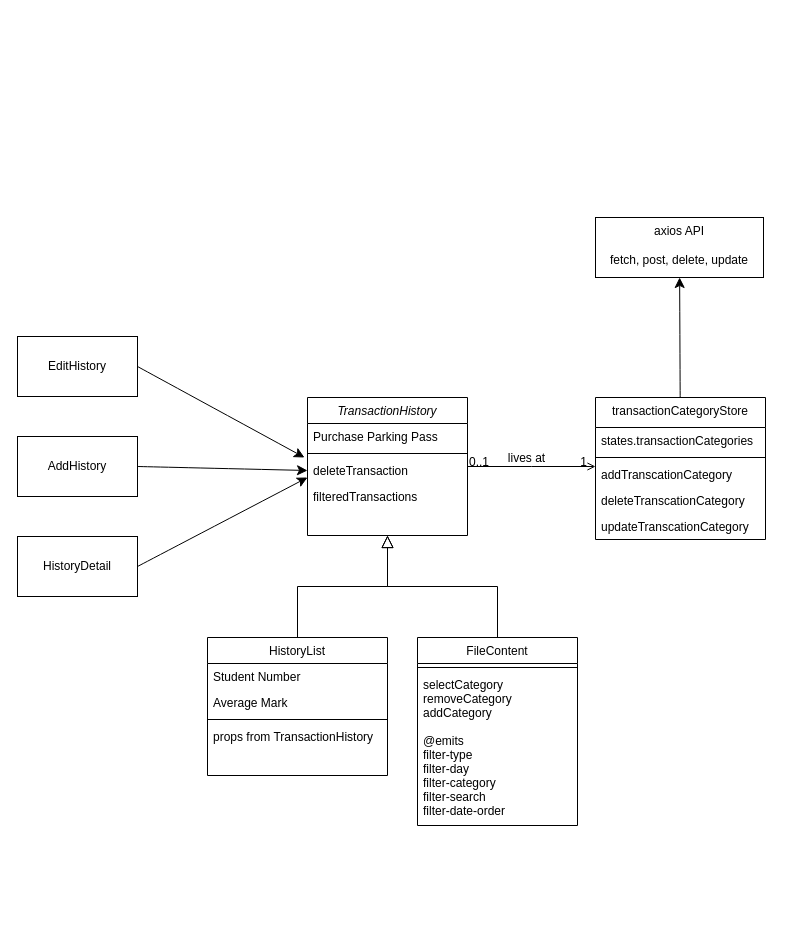
This is src/Untitled Diagram.drawio from Ahranah/vue-skeleton, a draw.io file, before an edit. Source tidied: cells renumbered, new cells numbered last; positions are measured from the earlier drawing's top-left corner, leaving out a move shared by most shapes. Both pictures are drawn from the tidied source at 100%, with x=0, y=0 at pixel (17, 217).
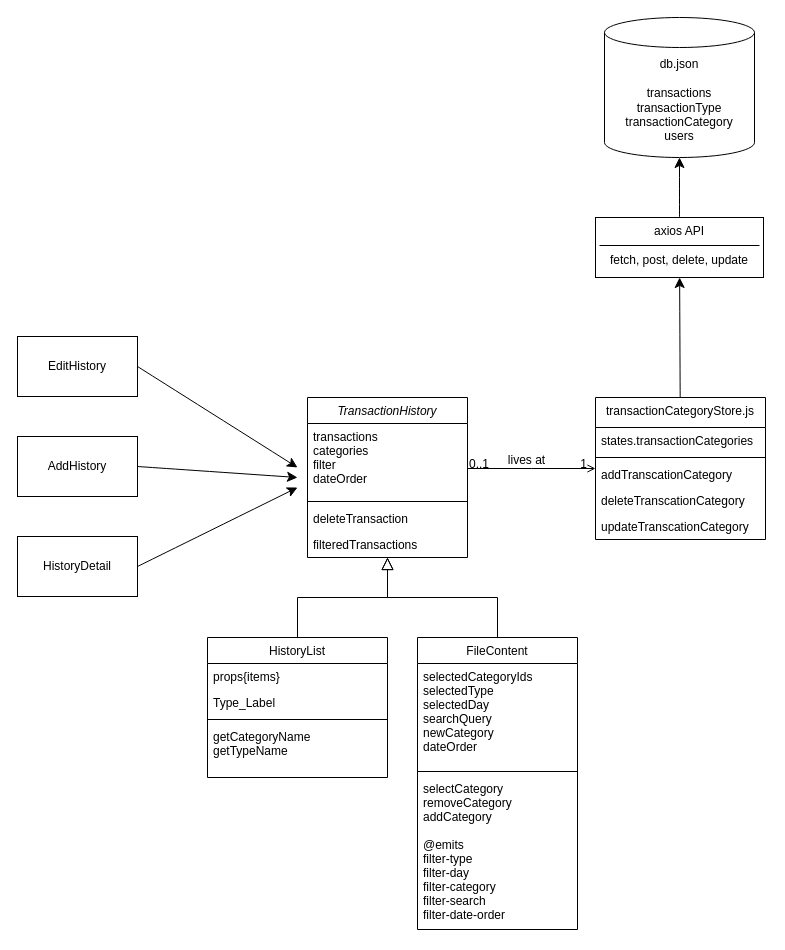
The same page after the edit.

Unchanged cells that the change refers to:
```xml
<mxCell id="28" value="axios API&lt;div&gt;&lt;br&gt;&lt;div&gt;fetch, post, delete, update&lt;/div&gt;&lt;/div&gt;" style="whiteSpace=wrap;html=1;verticalAlign=top;fontStyle=0;startSize=26;horizontal=1;rounded=0;shadow=0;strokeWidth=1;" parent="1" vertex="1">
  <mxGeometry x="578" width="168" height="60" as="geometry" />
</mxCell>
<mxCell id="29" value="AddHistory" style="rounded=0;whiteSpace=wrap;html=1;" parent="1" vertex="1">
  <mxGeometry y="219" width="120" height="60" as="geometry" />
</mxCell>
<mxCell id="30" value="EditHistory" style="rounded=0;whiteSpace=wrap;html=1;" parent="1" vertex="1">
  <mxGeometry y="119" width="120" height="60" as="geometry" />
</mxCell>
<mxCell id="32" value="HistoryDetail" style="rounded=0;whiteSpace=wrap;html=1;" parent="1" vertex="1">
  <mxGeometry y="319" width="120" height="60" as="geometry" />
</mxCell>
```

What changed in the source:
```diff
@@
     <mxCell id="2" value="TransactionHistory" style="swimlane;fontStyle=2;align=center;verticalAlign=top;horizontal=1;startSize=26;rounded=0;shadow=0;strokeWidth=1;" parent="1" vertex="1">
-      <mxGeometry x="290" y="180" width="160" height="138" as="geometry" />
+      <mxGeometry x="290" y="180" width="160" height="160" as="geometry" />
     </mxCell>
-    <mxCell id="3" value="Purchase Parking Pass" style="text;align=left;verticalAlign=top;spacingLeft=4;spacingRight=4;overflow=hidden;" parent="2" vertex="1">
-      <mxGeometry y="26" width="160" height="26" as="geometry" />
+    <mxCell id="3" value="transactions&#10;categories&#10;filter&#10;dateOrder" style="text;align=left;verticalAlign=top;spacingLeft=4;spacingRight=4;overflow=hidden;" parent="2" vertex="1">
+      <mxGeometry y="26" width="160" height="74" as="geometry" />
     </mxCell>
     <mxCell id="4" style="line;html=1;strokeWidth=1;align=left;verticalAlign=middle;spacingTop=-1;spacingLeft=3;spacingRight=3;labelPosition=right;" parent="2" vertex="1">
-      <mxGeometry y="52" width="160" height="8" as="geometry" />
+      <mxGeometry y="100" width="160" height="8" as="geometry" />
     </mxCell>
     <mxCell id="5" value="deleteTransaction" style="text;align=left;verticalAlign=top;spacingLeft=4;spacingRight=4;overflow=hidden;points=[[0,0.5],[1,0.5]];portConstraint=eastwest;rounded=0;shadow=0;html=0;" parent="2" vertex="1">
-      <mxGeometry y="60" width="160" height="26" as="geometry" />
+      <mxGeometry y="108" width="160" height="26" as="geometry" />
     </mxCell>
     <mxCell id="6" value="filteredTransactions" style="text;align=left;verticalAlign=top;spacingLeft=4;spacingRight=4;overflow=hidden;" parent="2" vertex="1">
-      <mxGeometry y="86" width="160" height="26" as="geometry" />
+      <mxGeometry y="134" width="160" height="26" as="geometry" />
     </mxCell>
     <mxCell id="7" value="HistoryList" style="swimlane;fontStyle=0;align=center;verticalAlign=top;horizontal=1;startSize=26;rounded=0;shadow=0;strokeWidth=1;" parent="1" vertex="1">
-      <mxGeometry x="190" y="420" width="180" height="138" as="geometry" />
+      <mxGeometry x="190" y="420" width="180" height="140" as="geometry" />
     </mxCell>
+    <mxCell id="11" value="props{items}" style="text;align=left;verticalAlign=top;spacingLeft=4;spacingRight=4;overflow=hidden;" parent="7" vertex="1">
+      <mxGeometry y="26" width="180" height="26" as="geometry" />
+    </mxCell>
-    <mxCell id="8" value="Student Number" style="text;align=left;verticalAlign=top;spacingLeft=4;spacingRight=4;overflow=hidden;" parent="7" vertex="1">
-      <mxGeometry y="26" width="180" height="26" as="geometry" />
+    <mxCell id="8" value="Type_Label" style="text;align=left;verticalAlign=top;spacingLeft=4;spacingRight=4;overflow=hidden;" parent="7" vertex="1">
+      <mxGeometry y="52" width="180" height="26" as="geometry" />
     </mxCell>
+    <mxCell id="10" style="line;html=1;strokeWidth=1;align=left;verticalAlign=middle;spacingTop=-1;spacingLeft=3;spacingRight=3;labelPosition=right;" parent="7" vertex="1">
+      <mxGeometry y="78" width="180" height="8" as="geometry" />
+    </mxCell>
-    <mxCell id="9" value="Average Mark" style="text;align=left;verticalAlign=top;spacingLeft=4;spacingRight=4;overflow=hidden;rounded=0;shadow=0;html=0;" parent="7" vertex="1">
-      <mxGeometry y="52" width="180" height="26" as="geometry" />
+    <mxCell id="9" value="getCategoryName&#10;getTypeName&#10;" style="text;align=left;verticalAlign=top;spacingLeft=4;spacingRight=4;overflow=hidden;rounded=0;shadow=0;html=0;" parent="7" vertex="1">
+      <mxGeometry y="86" width="180" height="54" as="geometry" />
     </mxCell>
-    <mxCell id="10" style="line;html=1;strokeWidth=1;align=left;verticalAlign=middle;spacingTop=-1;spacingLeft=3;spacingRight=3;labelPosition=right;" parent="7" vertex="1">
-      <mxGeometry y="78" width="180" height="8" as="geometry" />
-    </mxCell>
-    <mxCell id="11" value="props from TransactionHistory" style="text;align=left;verticalAlign=top;spacingLeft=4;spacingRight=4;overflow=hidden;" parent="7" vertex="1">
-      <mxGeometry y="86" width="180" height="26" as="geometry" />
-    </mxCell>
@@
     <mxCell id="13" value="FileContent" style="swimlane;fontStyle=0;align=center;verticalAlign=top;horizontal=1;startSize=26;rounded=0;shadow=0;strokeWidth=1;" parent="1" vertex="1">
-      <mxGeometry x="400" y="420" width="160" height="188" as="geometry" />
+      <mxGeometry x="400" y="420" width="160" height="292" as="geometry" />
     </mxCell>
+    <mxCell id="35" value="selectedCategoryIds&#10;selectedType&#10;selectedDay&#10;searchQuery&#10;newCategory&#10;dateOrder&#10;&#10;" style="text;align=left;verticalAlign=top;spacingLeft=4;spacingRight=4;overflow=hidden;" parent="13" vertex="1">
+      <mxGeometry y="26" width="160" height="104" as="geometry" />
+    </mxCell>
     <mxCell id="14" value="&amp;nbsp;" style="line;html=1;strokeWidth=1;align=left;verticalAlign=middle;spacingTop=-1;spacingLeft=3;spacingRight=3;labelPosition=right;" parent="13" vertex="1">
-      <mxGeometry y="26" width="160" height="8" as="geometry" />
+      <mxGeometry y="130" width="160" height="8" as="geometry" />
     </mxCell>
     <mxCell id="15" value="selectCategory&#10;removeCategory&#10;addCategory&#10;&#10;@emits&#10;filter-type&#10;filter-day&#10;filter-category&#10;filter-search&#10;filter-date-order&#10;" style="text;align=left;verticalAlign=top;spacingLeft=4;spacingRight=4;overflow=hidden;" parent="13" vertex="1">
-      <mxGeometry y="34" width="160" height="154" as="geometry" />
+      <mxGeometry y="138" width="160" height="154" as="geometry" />
     </mxCell>
@@
-    <mxCell id="18" value="transactionCategoryStore" style="swimlane;fontStyle=0;align=center;verticalAlign=top;horizontal=1;startSize=30;rounded=0;shadow=0;strokeWidth=1;" parent="1" vertex="1">
+    <mxCell id="18" value="transactionCategoryStore.js" style="swimlane;fontStyle=0;align=center;verticalAlign=top;horizontal=1;startSize=30;rounded=0;shadow=0;strokeWidth=1;" parent="1" vertex="1">
       <mxGeometry x="578" y="180" width="170" height="142" as="geometry" />
     </mxCell>
@@
     <mxCell id="31" style="edgeStyle=none;curved=1;rounded=0;jettySize=auto;html=1;exitX=1;exitY=0.5;exitDx=0;exitDy=0;fontSize=12;startSize=8;endSize=8;" parent="1" edge="1" source="32">
       <mxGeometry relative="1" as="geometry">
-        <mxPoint x="290" y="260" as="targetPoint" />
+        <mxPoint x="280" y="270" as="targetPoint" />
       </mxGeometry>
     </mxCell>
@@
     <mxCell id="33" style="edgeStyle=none;curved=1;rounded=0;jettySize=auto;html=1;exitX=1;exitY=0.5;exitDx=0;exitDy=0;fontSize=12;startSize=8;endSize=8;" parent="1" edge="1" source="30">
       <mxGeometry relative="1" as="geometry">
-        <mxPoint x="287" y="240" as="targetPoint" />
+        <mxPoint x="280" y="250" as="targetPoint" />
       </mxGeometry>
     </mxCell>
-    <mxCell id="34" style="edgeStyle=none;curved=1;rounded=0;jettySize=auto;html=1;exitX=1;exitY=0.5;exitDx=0;exitDy=0;entryX=0;entryY=0.5;entryDx=0;entryDy=0;fontSize=12;startSize=8;endSize=8;" parent="1" edge="1" source="29" target="5">
-      <mxGeometry relative="1" as="geometry" />
+    <mxCell id="34" style="edgeStyle=none;curved=1;rounded=0;jettySize=auto;html=1;exitX=1;exitY=0.5;exitDx=0;exitDy=0;fontSize=12;startSize=8;endSize=8;" parent="1" edge="1" source="29">
+      <mxGeometry relative="1" as="geometry">
+        <mxPoint x="280" y="260" as="targetPoint" />
+      </mxGeometry>
     </mxCell>
+    <mxCell id="36" value="&amp;nbsp;" style="line;html=1;strokeWidth=1;align=left;verticalAlign=middle;spacingTop=-1;spacingLeft=3;spacingRight=3;labelPosition=right;" parent="1" vertex="1">
+      <mxGeometry x="582" y="24" width="160" height="8" as="geometry" />
+    </mxCell>
+    <mxCell id="37" value="db.json&lt;div&gt;&lt;br&gt;&lt;/div&gt;&lt;div&gt;transactions&lt;/div&gt;&lt;div&gt;transactionType&lt;/div&gt;&lt;div&gt;transactionCategory&lt;/div&gt;&lt;div&gt;users&lt;/div&gt;" style="shape=cylinder3;whiteSpace=wrap;html=1;boundedLbl=1;backgroundOutline=1;size=15;" parent="1" vertex="1">
+      <mxGeometry x="587" y="-200" width="150" height="140" as="geometry" />
+    </mxCell>
+    <mxCell id="38" style="edgeStyle=none;curved=1;rounded=0;jettySize=auto;html=1;exitX=0.5;exitY=0;exitDx=0;exitDy=0;entryX=0.5;entryY=1;entryDx=0;entryDy=0;entryPerimeter=0;fontSize=12;startSize=8;endSize=8;" parent="1" edge="1" source="28" target="37">
+      <mxGeometry relative="1" as="geometry" />
+    </mxCell>
```
